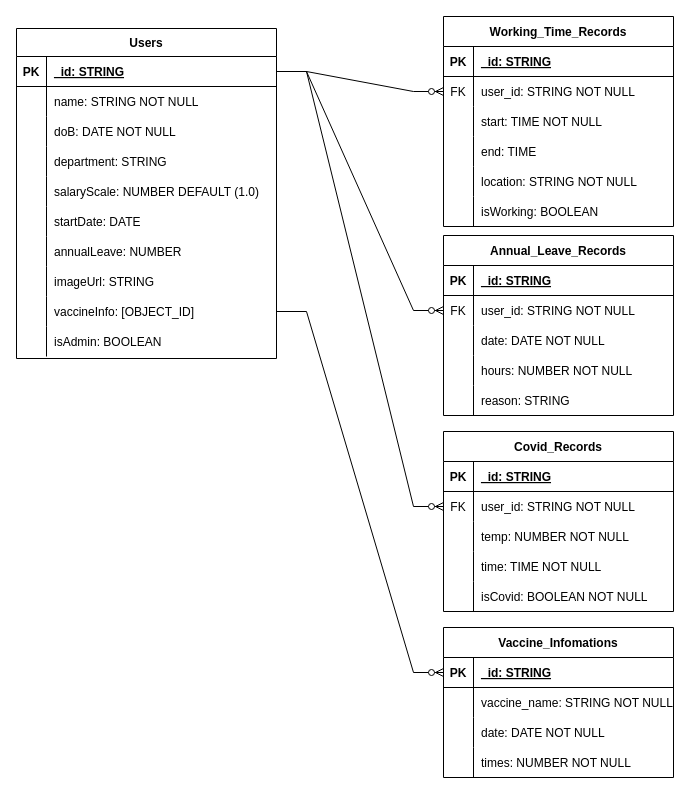
Earlier version of the draw.io diagram EDR.drawio (shineofichi/StaffsManager). Source tidied: cells renumbered, new cells numbered last; positions are measured from the earlier drawing's top-left corner, leaving out a move shared by most shapes. Both pictures are drawn from the tidied source at 100%, with x=0, y=0 at pixel (16, 16).
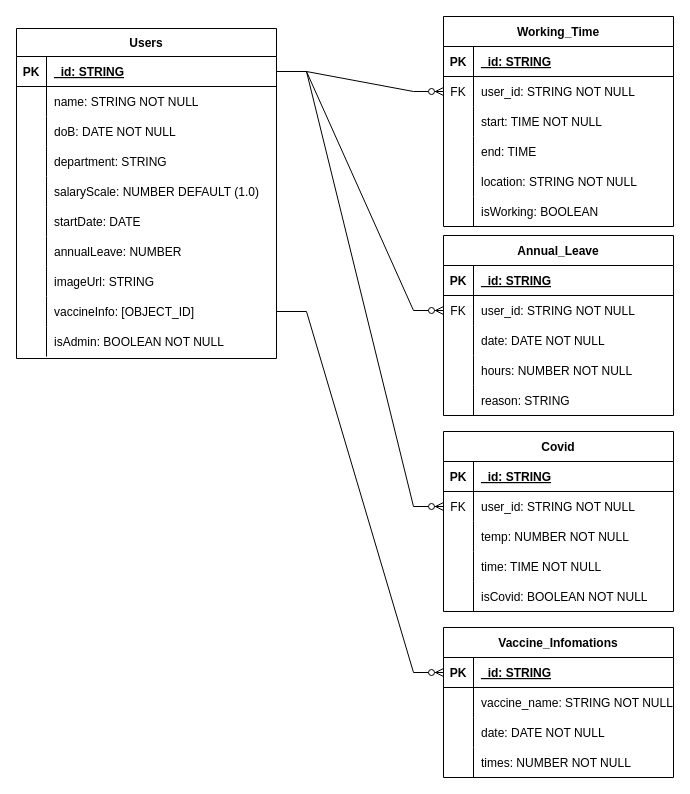
After the change.

Unchanged cells that the change refers to:
```xml
<mxCell id="30" style="shape=tableRow;horizontal=0;startSize=0;swimlaneHead=0;swimlaneBody=0;fillColor=none;top=0;left=0;right=0;bottom=0;" parent="2" vertex="1">
  <mxGeometry y="298" width="260" height="30" as="geometry" />
</mxCell>
```

What changed in the source:
```diff
@@
-    <mxCell id="32" value="isAdmin: BOOLEAN" style="shape=partialRectangle;fillColor=none;top=0;left=0;bottom=0;right=0;align=left;spacingLeft=6;overflow=hidden;" parent="30" vertex="1">
+    <mxCell id="32" value="isAdmin: BOOLEAN NOT NULL" style="shape=partialRectangle;fillColor=none;top=0;left=0;bottom=0;right=0;align=left;spacingLeft=6;overflow=hidden;" parent="30" vertex="1">
       <mxGeometry x="30" width="230" height="30" as="geometry" />
     </mxCell>
-    <mxCell id="33" value="Working_Time_Records" style="shape=table;startSize=30;childLayout=tableLayout;rowLines=0;fontStyle=1;align=center;" parent="1" vertex="1">
+    <mxCell id="33" value="Working_Time" style="shape=table;startSize=30;childLayout=tableLayout;rowLines=0;fontStyle=1;align=center;" parent="1" vertex="1">
       <mxGeometry x="427" width="230" height="210" as="geometry" />
     </mxCell>
@@
-    <mxCell id="52" value="Covid_Records" style="shape=table;startSize=30;childLayout=tableLayout;rowLines=0;fontStyle=1;align=center;" parent="1" vertex="1">
+    <mxCell id="52" value="Covid" style="shape=table;startSize=30;childLayout=tableLayout;rowLines=0;fontStyle=1;align=center;" parent="1" vertex="1">
       <mxGeometry x="427" y="415" width="230" height="180" as="geometry" />
     </mxCell>
@@
-    <mxCell id="84" value="Annual_Leave_Records" style="shape=table;startSize=30;childLayout=tableLayout;rowLines=0;fontStyle=1;align=center;" parent="1" vertex="1">
+    <mxCell id="84" value="Annual_Leave" style="shape=table;startSize=30;childLayout=tableLayout;rowLines=0;fontStyle=1;align=center;" parent="1" vertex="1">
       <mxGeometry x="427" y="219" width="230" height="180" as="geometry" />
     </mxCell>
```
